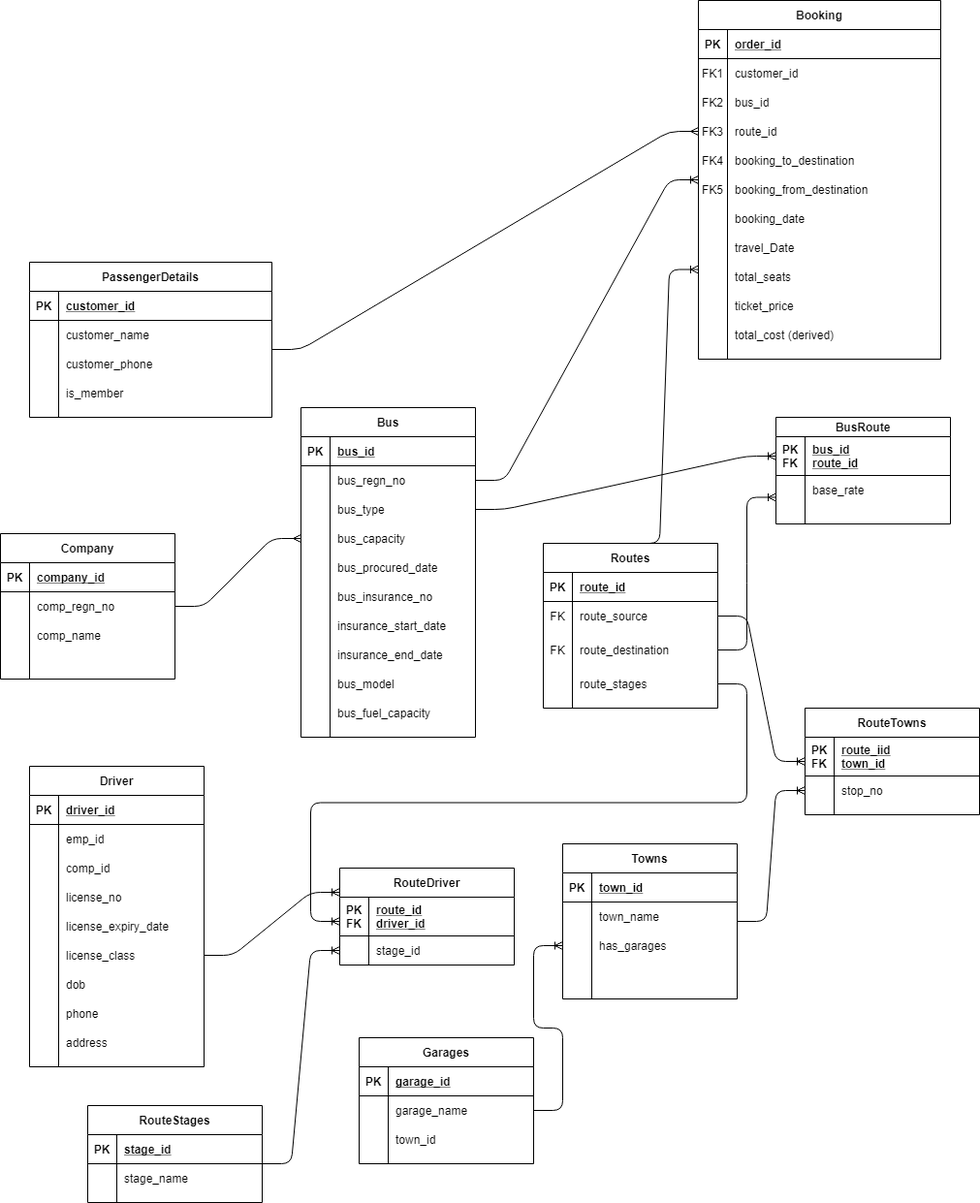
Earlier version of the draw.io export Untitled Diagram.png (hastyhoop/portfolio). Source tidied: cells renumbered, new cells last; positions are measured from the earlier drawing's top-left corner, leaving out a move shared by most shapes.
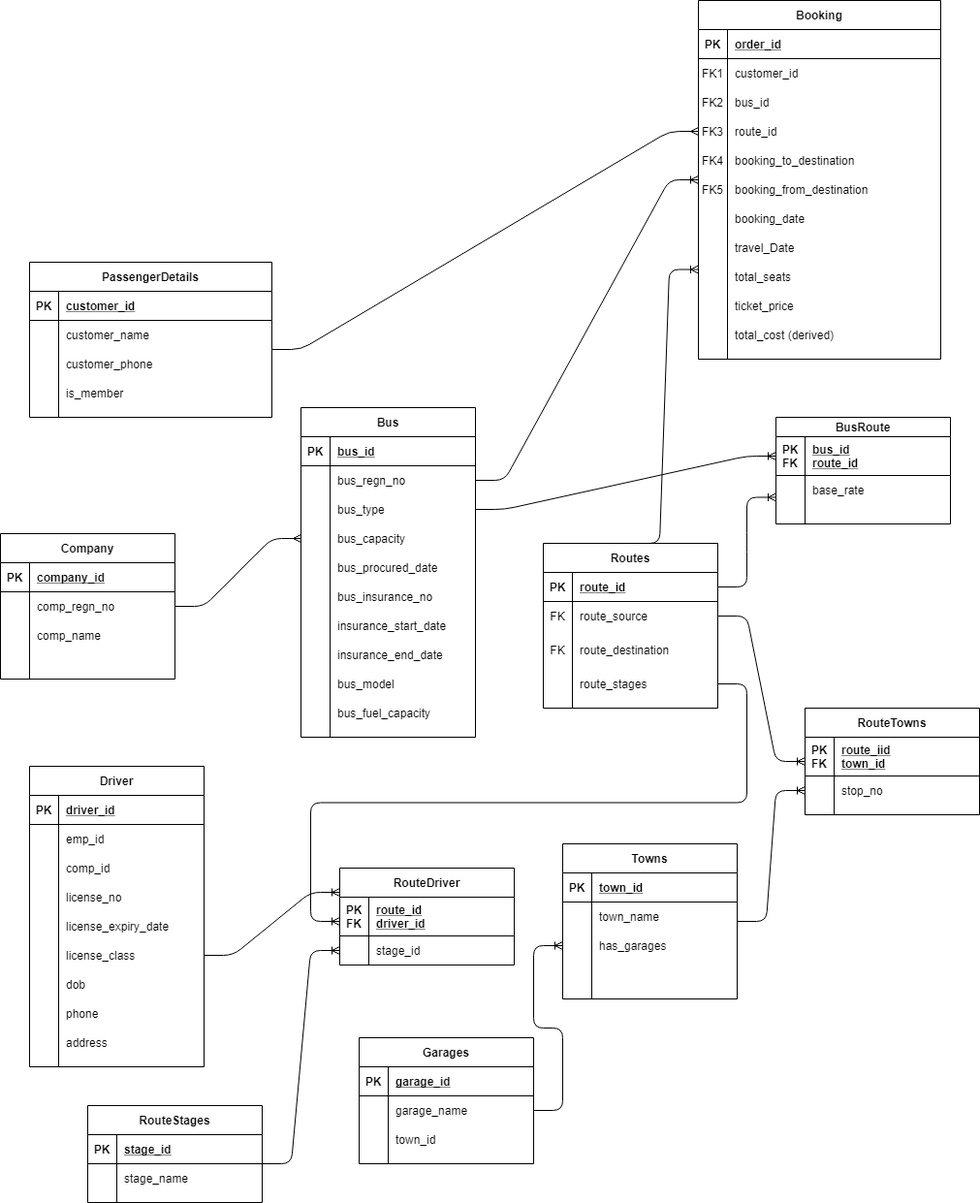
After the change.

What changed in the source:
```diff
@@ -562,7 +562,7 @@
     <mxCell id="187" style="edgeStyle=entityRelationEdgeStyle;fontSize=12;html=1;endArrow=ERoneToMany;exitX=1;exitY=0.5;exitDx=0;exitDy=0;entryX=0;entryY=0.5;entryDx=0;entryDy=0;" parent="1" edge="1" source="56" target="172">
       <mxGeometry relative="1" as="geometry" />
     </mxCell>
-    <mxCell id="188" style="edgeStyle=entityRelationEdgeStyle;fontSize=12;html=1;endArrow=ERoneToMany;entryX=0;entryY=0.75;entryDx=0;entryDy=0;exitX=1;exitY=0.5;exitDx=0;exitDy=0;" parent="1" edge="1" source="87" target="171">
+    <mxCell id="188" style="edgeStyle=entityRelationEdgeStyle;fontSize=12;html=1;endArrow=ERoneToMany;entryX=0;entryY=0.75;entryDx=0;entryDy=0;exitX=1;exitY=0.5;exitDx=0;exitDy=0;" parent="1" edge="1" source="81" target="171">
       <mxGeometry relative="1" as="geometry" />
     </mxCell>
     <mxCell id="189" style="edgeStyle=entityRelationEdgeStyle;fontSize=12;html=1;endArrow=ERoneToMany;exitX=1;exitY=0.5;exitDx=0;exitDy=0;" parent="1" edge="1" source="145">
```
